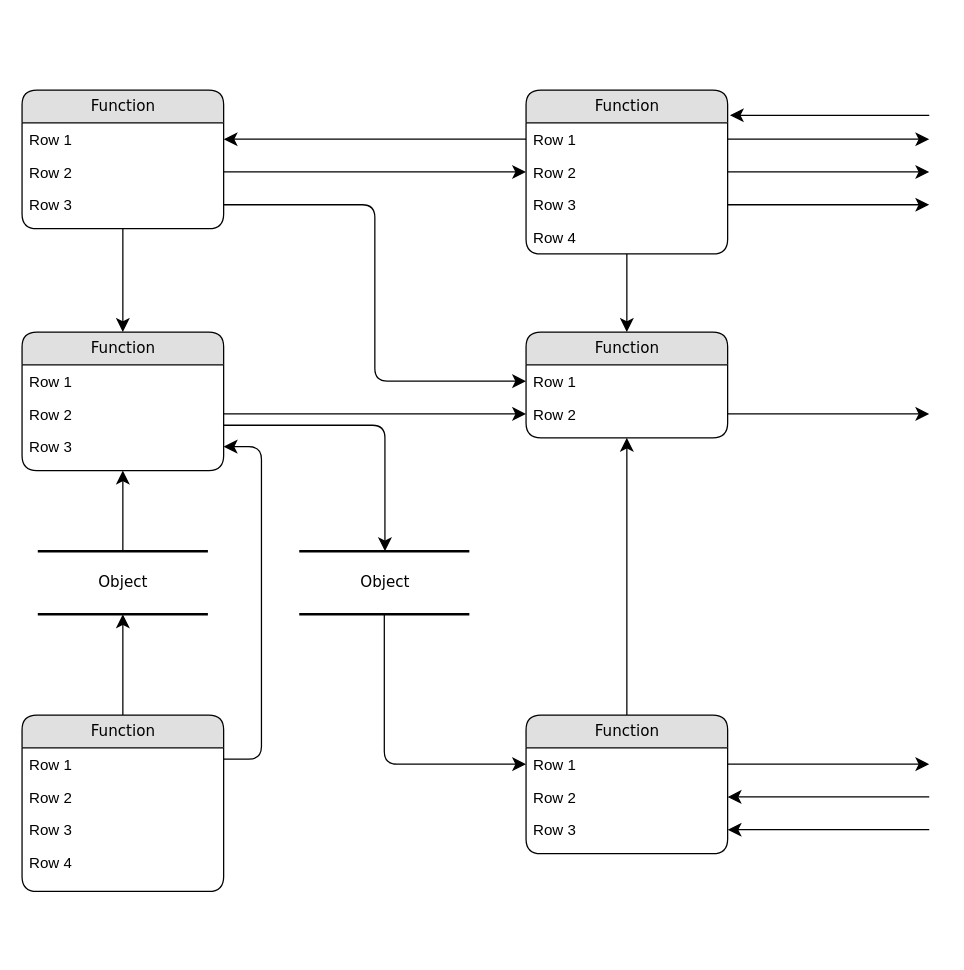
Before: Диаграмма без названия.drawio in Nurik-pilot/Data-Onlime, a draw.io diagram. Source tidied: cells renumbered, new cells numbered last; positions are measured from the earlier drawing's top-left corner, leaving out a move shared by most shapes. Both pictures are drawn from the tidied source at 126%, with x=0, y=0 at pixel (21, 89).
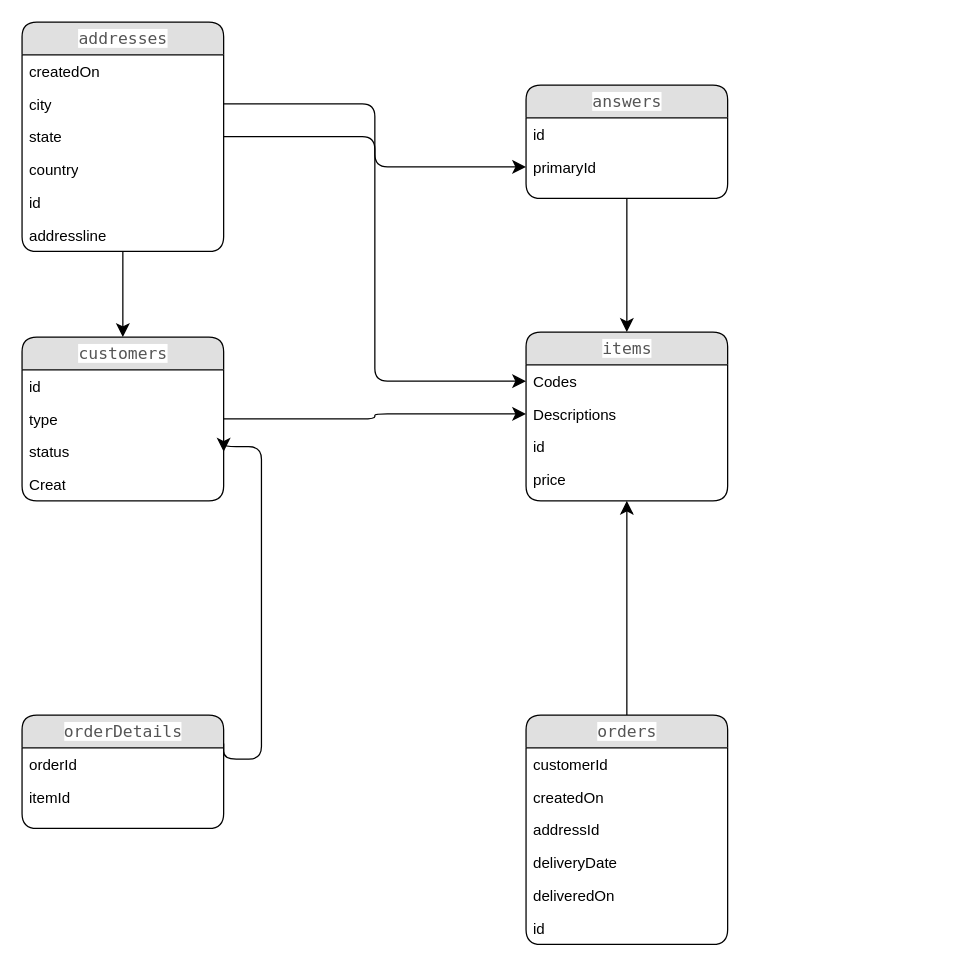
The same page after the edit.

What changed in the source:
```diff
@@
-    <mxCell id="2" value="Object" style="html=1;rounded=0;shadow=0;comic=0;labelBackgroundColor=none;strokeWidth=2;fontFamily=Verdana;fontSize=12;align=center;shape=mxgraph.ios7ui.horLines;" parent="1" vertex="1">
-      <mxGeometry x="12.5" y="366" width="135" height="50" as="geometry" />
-    </mxCell>
-    <mxCell id="3" value="Function" style="swimlane;html=1;fontStyle=0;horizontal=1;startSize=26;fillColor=#e0e0e0;swimlaneFillColor=#ffffff;align=center;rounded=1;shadow=0;comic=0;labelBackgroundColor=none;strokeWidth=1;fontFamily=Verdana;fontSize=12;" parent="1" vertex="1">
-      <mxGeometry width="160" height="110" as="geometry" />
+    <mxCell id="3" value="&lt;span style=&quot;color: rgb(85, 85, 85); font-family: Menlo, Monaco, Consolas, &amp;quot;Ubuntu Mono&amp;quot;, &amp;quot;Source Code Pro&amp;quot;, monospace; font-size: 13px; text-align: start; white-space: pre-wrap; background-color: rgb(255, 255, 255);&quot;&gt;addresses&lt;/span&gt;" style="swimlane;html=1;fontStyle=0;horizontal=1;startSize=26;fillColor=#e0e0e0;swimlaneFillColor=#ffffff;align=center;rounded=1;shadow=0;comic=0;labelBackgroundColor=none;strokeWidth=1;fontFamily=Verdana;fontSize=12;" parent="1" vertex="1">
+      <mxGeometry y="-54" width="160" height="182" as="geometry" />
     </mxCell>
-    <mxCell id="4" value="Row 1" style="text;html=1;strokeColor=none;fillColor=none;spacingLeft=4;spacingRight=4;whiteSpace=wrap;overflow=hidden;points=[[0,0.5],[1,0.5]];portConstraint=eastwest;" parent="3" vertex="1">
+    <mxCell id="4" value="createdOn" style="text;html=1;strokeColor=none;fillColor=none;spacingLeft=4;spacingRight=4;whiteSpace=wrap;overflow=hidden;points=[[0,0.5],[1,0.5]];portConstraint=eastwest;" parent="3" vertex="1">
       <mxGeometry y="26" width="160" height="26" as="geometry" />
     </mxCell>
-    <mxCell id="5" value="Row 2" style="text;html=1;strokeColor=none;fillColor=none;spacingLeft=4;spacingRight=4;whiteSpace=wrap;overflow=hidden;points=[[0,0.5],[1,0.5]];portConstraint=eastwest;" parent="3" vertex="1">
+    <mxCell id="5" value="city" style="text;html=1;strokeColor=none;fillColor=none;spacingLeft=4;spacingRight=4;whiteSpace=wrap;overflow=hidden;points=[[0,0.5],[1,0.5]];portConstraint=eastwest;" parent="3" vertex="1">
       <mxGeometry y="52" width="160" height="26" as="geometry" />
     </mxCell>
-    <mxCell id="6" value="Row 3" style="text;html=1;strokeColor=none;fillColor=none;spacingLeft=4;spacingRight=4;whiteSpace=wrap;overflow=hidden;points=[[0,0.5],[1,0.5]];portConstraint=eastwest;" parent="3" vertex="1">
+    <mxCell id="6" value="state" style="text;html=1;strokeColor=none;fillColor=none;spacingLeft=4;spacingRight=4;whiteSpace=wrap;overflow=hidden;points=[[0,0.5],[1,0.5]];portConstraint=eastwest;" parent="3" vertex="1">
       <mxGeometry y="78" width="160" height="26" as="geometry" />
     </mxCell>
+    <mxCell id="49" value="country" style="text;html=1;strokeColor=none;fillColor=none;spacingLeft=4;spacingRight=4;whiteSpace=wrap;overflow=hidden;" parent="3" vertex="1">
+      <mxGeometry y="104" width="160" height="26" as="geometry" />
+    </mxCell>
+    <mxCell id="50" value="id" style="text;html=1;strokeColor=none;fillColor=none;spacingLeft=4;spacingRight=4;whiteSpace=wrap;overflow=hidden;" parent="3" vertex="1">
+      <mxGeometry y="130" width="160" height="26" as="geometry" />
+    </mxCell>
+    <mxCell id="51" value="addressline" style="text;html=1;strokeColor=none;fillColor=none;spacingLeft=4;spacingRight=4;whiteSpace=wrap;overflow=hidden;" parent="3" vertex="1">
+      <mxGeometry y="156" width="160" height="26" as="geometry" />
+    </mxCell>
-    <mxCell id="7" value="Function" style="swimlane;html=1;fontStyle=0;horizontal=1;startSize=26;fillColor=#e0e0e0;swimlaneFillColor=#ffffff;align=center;rounded=1;shadow=0;comic=0;labelBackgroundColor=none;strokeWidth=1;fontFamily=Verdana;fontSize=12;" parent="1" vertex="1">
-      <mxGeometry x="400" width="160" height="130" as="geometry" />
+    <mxCell id="7" value="&lt;span style=&quot;color: rgb(85, 85, 85); font-family: Menlo, Monaco, Consolas, &amp;quot;Ubuntu Mono&amp;quot;, &amp;quot;Source Code Pro&amp;quot;, monospace; font-size: 13px; text-align: start; white-space: pre-wrap; background-color: rgb(255, 255, 255);&quot;&gt;answers&lt;/span&gt;" style="swimlane;html=1;fontStyle=0;horizontal=1;startSize=26;fillColor=#e0e0e0;swimlaneFillColor=#ffffff;align=center;rounded=1;shadow=0;comic=0;labelBackgroundColor=none;strokeWidth=1;fontFamily=Verdana;fontSize=12;" parent="1" vertex="1">
+      <mxGeometry x="400" y="-4" width="160" height="90" as="geometry" />
     </mxCell>
-    <mxCell id="8" value="Row 1" style="text;html=1;strokeColor=none;fillColor=none;spacingLeft=4;spacingRight=4;whiteSpace=wrap;overflow=hidden;points=[[0,0.5],[1,0.5]];portConstraint=eastwest;" parent="7" vertex="1">
+    <mxCell id="8" value="id" style="text;html=1;strokeColor=none;fillColor=none;spacingLeft=4;spacingRight=4;whiteSpace=wrap;overflow=hidden;points=[[0,0.5],[1,0.5]];portConstraint=eastwest;" parent="7" vertex="1">
       <mxGeometry y="26" width="160" height="26" as="geometry" />
     </mxCell>
-    <mxCell id="9" value="Row 2" style="text;html=1;strokeColor=none;fillColor=none;spacingLeft=4;spacingRight=4;whiteSpace=wrap;overflow=hidden;points=[[0,0.5],[1,0.5]];portConstraint=eastwest;" parent="7" vertex="1">
+    <mxCell id="9" value="primaryId" style="text;html=1;strokeColor=none;fillColor=none;spacingLeft=4;spacingRight=4;whiteSpace=wrap;overflow=hidden;points=[[0,0.5],[1,0.5]];portConstraint=eastwest;" parent="7" vertex="1">
       <mxGeometry y="52" width="160" height="26" as="geometry" />
     </mxCell>
-    <mxCell id="10" value="Row 3" style="text;html=1;strokeColor=none;fillColor=none;spacingLeft=4;spacingRight=4;whiteSpace=wrap;overflow=hidden;points=[[0,0.5],[1,0.5]];portConstraint=eastwest;" parent="7" vertex="1">
-      <mxGeometry y="78" width="160" height="26" as="geometry" />
-    </mxCell>
-    <mxCell id="11" value="Row 4" style="text;html=1;strokeColor=none;fillColor=none;spacingLeft=4;spacingRight=4;whiteSpace=wrap;overflow=hidden;" parent="7" vertex="1">
-      <mxGeometry y="104" width="160" height="26" as="geometry" />
-    </mxCell>
-    <mxCell id="12" value="Function" style="swimlane;html=1;fontStyle=0;horizontal=1;startSize=26;fillColor=#e0e0e0;swimlaneFillColor=#ffffff;align=center;rounded=1;shadow=0;comic=0;labelBackgroundColor=none;strokeWidth=1;fontFamily=Verdana;fontSize=12;" parent="1" vertex="1">
-      <mxGeometry y="192" width="160" height="110" as="geometry" />
+    <mxCell id="12" value="&lt;span style=&quot;color: rgb(85, 85, 85); font-family: Menlo, Monaco, Consolas, &amp;quot;Ubuntu Mono&amp;quot;, &amp;quot;Source Code Pro&amp;quot;, monospace; font-size: 13px; text-align: start; white-space: pre-wrap; background-color: rgb(255, 255, 255);&quot;&gt;customers&lt;/span&gt;" style="swimlane;html=1;fontStyle=0;horizontal=1;startSize=26;fillColor=#e0e0e0;swimlaneFillColor=#ffffff;align=center;rounded=1;shadow=0;comic=0;labelBackgroundColor=none;strokeWidth=1;fontFamily=Verdana;fontSize=12;" parent="1" vertex="1">
+      <mxGeometry y="196" width="160" height="130" as="geometry" />
     </mxCell>
-    <mxCell id="13" value="Row 1" style="text;html=1;strokeColor=none;fillColor=none;spacingLeft=4;spacingRight=4;whiteSpace=wrap;overflow=hidden;" parent="12" vertex="1">
+    <mxCell id="13" value="id" style="text;html=1;strokeColor=none;fillColor=none;spacingLeft=4;spacingRight=4;whiteSpace=wrap;overflow=hidden;" parent="12" vertex="1">
       <mxGeometry y="26" width="160" height="26" as="geometry" />
     </mxCell>
-    <mxCell id="14" value="Row 2" style="text;html=1;strokeColor=none;fillColor=none;spacingLeft=4;spacingRight=4;whiteSpace=wrap;overflow=hidden;points=[[0,0.5],[1,0.5]];portConstraint=eastwest;" parent="12" vertex="1">
+    <mxCell id="14" value="type" style="text;html=1;strokeColor=none;fillColor=none;spacingLeft=4;spacingRight=4;whiteSpace=wrap;overflow=hidden;points=[[0,0.5],[1,0.5]];portConstraint=eastwest;" parent="12" vertex="1">
       <mxGeometry y="52" width="160" height="26" as="geometry" />
     </mxCell>
-    <mxCell id="15" value="Row 3" style="text;html=1;strokeColor=none;fillColor=none;spacingLeft=4;spacingRight=4;whiteSpace=wrap;overflow=hidden;points=[[0,0.5],[1,0.5]];portConstraint=eastwest;" parent="12" vertex="1">
+    <mxCell id="15" value="status" style="text;html=1;strokeColor=none;fillColor=none;spacingLeft=4;spacingRight=4;whiteSpace=wrap;overflow=hidden;points=[[0,0.5],[1,0.5]];portConstraint=eastwest;" parent="12" vertex="1">
       <mxGeometry y="78" width="160" height="26" as="geometry" />
     </mxCell>
+    <mxCell id="52" value="Creat" style="text;html=1;strokeColor=none;fillColor=none;spacingLeft=4;spacingRight=4;whiteSpace=wrap;overflow=hidden;" parent="12" vertex="1">
+      <mxGeometry y="104" width="160" height="26" as="geometry" />
+    </mxCell>
-    <mxCell id="16" value="Function" style="swimlane;html=1;fontStyle=0;horizontal=1;startSize=26;fillColor=#e0e0e0;swimlaneFillColor=#ffffff;align=center;rounded=1;shadow=0;comic=0;labelBackgroundColor=none;strokeWidth=1;fontFamily=Verdana;fontSize=12;" parent="1" vertex="1">
-      <mxGeometry y="496" width="160" height="140" as="geometry" />
+    <mxCell id="16" value="&lt;span style=&quot;color: rgb(85, 85, 85); font-family: Menlo, Monaco, Consolas, &amp;quot;Ubuntu Mono&amp;quot;, &amp;quot;Source Code Pro&amp;quot;, monospace; font-size: 13px; text-align: start; white-space: pre-wrap; background-color: rgb(255, 255, 255);&quot;&gt;orderDetails&lt;/span&gt;" style="swimlane;html=1;fontStyle=0;horizontal=1;startSize=26;fillColor=#e0e0e0;swimlaneFillColor=#ffffff;align=center;rounded=1;shadow=0;comic=0;labelBackgroundColor=none;strokeWidth=1;fontFamily=Verdana;fontSize=12;" parent="1" vertex="1">
+      <mxGeometry y="496" width="160" height="90" as="geometry" />
     </mxCell>
-    <mxCell id="17" value="Row 1" style="text;html=1;strokeColor=none;fillColor=none;spacingLeft=4;spacingRight=4;whiteSpace=wrap;overflow=hidden;" parent="16" vertex="1">
+    <mxCell id="17" value="orderId" style="text;html=1;strokeColor=none;fillColor=none;spacingLeft=4;spacingRight=4;whiteSpace=wrap;overflow=hidden;" parent="16" vertex="1">
       <mxGeometry y="26" width="160" height="26" as="geometry" />
     </mxCell>
-    <mxCell id="18" value="Row 2" style="text;html=1;strokeColor=none;fillColor=none;spacingLeft=4;spacingRight=4;whiteSpace=wrap;overflow=hidden;" parent="16" vertex="1">
+    <mxCell id="18" value="itemId" style="text;html=1;strokeColor=none;fillColor=none;spacingLeft=4;spacingRight=4;whiteSpace=wrap;overflow=hidden;" parent="16" vertex="1">
       <mxGeometry y="52" width="160" height="26" as="geometry" />
     </mxCell>
-    <mxCell id="19" value="Row 3" style="text;html=1;strokeColor=none;fillColor=none;spacingLeft=4;spacingRight=4;whiteSpace=wrap;overflow=hidden;" parent="16" vertex="1">
-      <mxGeometry y="78" width="160" height="26" as="geometry" />
-    </mxCell>
-    <mxCell id="20" value="Row 4" style="text;html=1;strokeColor=none;fillColor=none;spacingLeft=4;spacingRight=4;whiteSpace=wrap;overflow=hidden;" parent="16" vertex="1">
-      <mxGeometry y="104" width="160" height="26" as="geometry" />
-    </mxCell>
-    <mxCell id="21" value="Function" style="swimlane;html=1;fontStyle=0;horizontal=1;startSize=26;fillColor=#e0e0e0;swimlaneFillColor=#ffffff;align=center;rounded=1;shadow=0;comic=0;labelBackgroundColor=none;strokeWidth=1;fontFamily=Verdana;fontSize=12;" parent="1" vertex="1">
-      <mxGeometry x="400" y="192" width="160" height="84" as="geometry" />
+    <mxCell id="21" value="&lt;span style=&quot;color: rgb(85, 85, 85); font-family: Menlo, Monaco, Consolas, &amp;quot;Ubuntu Mono&amp;quot;, &amp;quot;Source Code Pro&amp;quot;, monospace; font-size: 13px; text-align: start; white-space: pre-wrap; background-color: rgb(255, 255, 255);&quot;&gt;items&lt;/span&gt;" style="swimlane;html=1;fontStyle=0;horizontal=1;startSize=26;fillColor=#e0e0e0;swimlaneFillColor=#ffffff;align=center;rounded=1;shadow=0;comic=0;labelBackgroundColor=none;strokeWidth=1;fontFamily=Verdana;fontSize=12;" parent="1" vertex="1">
+      <mxGeometry x="400" y="192" width="160" height="134" as="geometry" />
     </mxCell>
-    <mxCell id="22" value="Row 1" style="text;html=1;strokeColor=none;fillColor=none;spacingLeft=4;spacingRight=4;whiteSpace=wrap;overflow=hidden;points=[[0,0.5],[1,0.5]];portConstraint=eastwest;" parent="21" vertex="1">
+    <mxCell id="22" value="Codes" style="text;html=1;strokeColor=none;fillColor=none;spacingLeft=4;spacingRight=4;whiteSpace=wrap;overflow=hidden;points=[[0,0.5],[1,0.5]];portConstraint=eastwest;" parent="21" vertex="1">
       <mxGeometry y="26" width="160" height="26" as="geometry" />
     </mxCell>
-    <mxCell id="23" value="Row 2" style="text;html=1;strokeColor=none;fillColor=none;spacingLeft=4;spacingRight=4;whiteSpace=wrap;overflow=hidden;points=[[0,0.5],[1,0.5]];portConstraint=eastwest;" parent="21" vertex="1">
+    <mxCell id="23" value="Descriptions" style="text;html=1;strokeColor=none;fillColor=none;spacingLeft=4;spacingRight=4;whiteSpace=wrap;overflow=hidden;points=[[0,0.5],[1,0.5]];portConstraint=eastwest;" parent="21" vertex="1">
       <mxGeometry y="52" width="160" height="26" as="geometry" />
     </mxCell>
+    <mxCell id="53" value="id" style="text;html=1;strokeColor=none;fillColor=none;spacingLeft=4;spacingRight=4;whiteSpace=wrap;overflow=hidden;" parent="21" vertex="1">
+      <mxGeometry y="78" width="160" height="26" as="geometry" />
+    </mxCell>
+    <mxCell id="54" value="price" style="text;html=1;strokeColor=none;fillColor=none;spacingLeft=4;spacingRight=4;whiteSpace=wrap;overflow=hidden;" parent="21" vertex="1">
+      <mxGeometry y="104" width="160" height="26" as="geometry" />
+    </mxCell>
-    <mxCell id="24" value="Function" style="swimlane;html=1;fontStyle=0;horizontal=1;startSize=26;fillColor=#e0e0e0;swimlaneFillColor=#ffffff;align=center;rounded=1;shadow=0;comic=0;labelBackgroundColor=none;strokeWidth=1;fontFamily=Verdana;fontSize=12;" parent="1" vertex="1">
-      <mxGeometry x="400" y="496" width="160" height="110" as="geometry" />
+    <mxCell id="24" value="&lt;span style=&quot;color: rgb(85, 85, 85); font-family: Menlo, Monaco, Consolas, &amp;quot;Ubuntu Mono&amp;quot;, &amp;quot;Source Code Pro&amp;quot;, monospace; font-size: 13px; text-align: start; white-space: pre-wrap; background-color: rgb(255, 255, 255);&quot;&gt;orders&lt;/span&gt;" style="swimlane;html=1;fontStyle=0;horizontal=1;startSize=26;fillColor=#e0e0e0;swimlaneFillColor=#ffffff;align=center;rounded=1;shadow=0;comic=0;labelBackgroundColor=none;strokeWidth=1;fontFamily=Verdana;fontSize=12;" parent="1" vertex="1">
+      <mxGeometry x="400" y="496" width="160" height="182" as="geometry" />
     </mxCell>
-    <mxCell id="25" value="Row 1" style="text;html=1;strokeColor=none;fillColor=none;spacingLeft=4;spacingRight=4;whiteSpace=wrap;overflow=hidden;points=[[0,0.5],[1,0.5]];portConstraint=eastwest;" parent="24" vertex="1">
+    <mxCell id="25" value="customerId" style="text;html=1;strokeColor=none;fillColor=none;spacingLeft=4;spacingRight=4;whiteSpace=wrap;overflow=hidden;points=[[0,0.5],[1,0.5]];portConstraint=eastwest;" parent="24" vertex="1">
       <mxGeometry y="26" width="160" height="26" as="geometry" />
     </mxCell>
-    <mxCell id="26" value="Row 2" style="text;html=1;strokeColor=none;fillColor=none;spacingLeft=4;spacingRight=4;whiteSpace=wrap;overflow=hidden;points=[[0,0.5],[1,0.5]];portConstraint=eastwest;" parent="24" vertex="1">
+    <mxCell id="26" value="createdOn" style="text;html=1;strokeColor=none;fillColor=none;spacingLeft=4;spacingRight=4;whiteSpace=wrap;overflow=hidden;points=[[0,0.5],[1,0.5]];portConstraint=eastwest;" parent="24" vertex="1">
       <mxGeometry y="52" width="160" height="26" as="geometry" />
     </mxCell>
-    <mxCell id="27" value="Row 3" style="text;html=1;strokeColor=none;fillColor=none;spacingLeft=4;spacingRight=4;whiteSpace=wrap;overflow=hidden;points=[[0,0.5],[1,0.5]];portConstraint=eastwest;" parent="24" vertex="1">
+    <mxCell id="27" value="addressId" style="text;html=1;strokeColor=none;fillColor=none;spacingLeft=4;spacingRight=4;whiteSpace=wrap;overflow=hidden;points=[[0,0.5],[1,0.5]];portConstraint=eastwest;" parent="24" vertex="1">
       <mxGeometry y="78" width="160" height="26" as="geometry" />
     </mxCell>
-    <mxCell id="28" value="Object" style="html=1;rounded=0;shadow=0;comic=0;labelBackgroundColor=none;strokeWidth=2;fontFamily=Verdana;fontSize=12;align=center;shape=mxgraph.ios7ui.horLines;" parent="1" vertex="1">
-      <mxGeometry x="220" y="366" width="135" height="50" as="geometry" />
-    </mxCell>
-    <mxCell id="29" style="edgeStyle=none;html=1;labelBackgroundColor=none;startFill=0;startSize=8;endFill=1;endSize=8;fontFamily=Verdana;fontSize=12;" parent="1" edge="1" source="16" target="2">
-      <mxGeometry relative="1" as="geometry" />
-    </mxCell>
-    <mxCell id="30" style="edgeStyle=none;html=1;labelBackgroundColor=none;startFill=0;startSize=8;endFill=1;endSize=8;fontFamily=Verdana;fontSize=12;" parent="1" edge="1" source="2" target="12">
-      <mxGeometry relative="1" as="geometry" />
-    </mxCell>
+    <mxCell id="55" value="deliveryDate" style="text;html=1;strokeColor=none;fillColor=none;spacingLeft=4;spacingRight=4;whiteSpace=wrap;overflow=hidden;" parent="24" vertex="1">
+      <mxGeometry y="104" width="160" height="26" as="geometry" />
+    </mxCell>
+    <mxCell id="56" value="deliveredOn" style="text;html=1;strokeColor=none;fillColor=none;spacingLeft=4;spacingRight=4;whiteSpace=wrap;overflow=hidden;" parent="24" vertex="1">
+      <mxGeometry y="130" width="160" height="26" as="geometry" />
+    </mxCell>
+    <mxCell id="57" value="id" style="text;html=1;strokeColor=none;fillColor=none;spacingLeft=4;spacingRight=4;whiteSpace=wrap;overflow=hidden;" parent="24" vertex="1">
+      <mxGeometry y="156" width="160" height="26" as="geometry" />
+    </mxCell>
@@
-    <mxCell id="32" style="edgeStyle=orthogonalEdgeStyle;html=1;labelBackgroundColor=none;startFill=0;startSize=8;endFill=1;endSize=8;fontFamily=Verdana;fontSize=12;" parent="1" edge="1" source="28" target="25">
-      <mxGeometry x="-0.13" y="32" relative="1" as="geometry" />
-    </mxCell>
-    <mxCell id="33" style="edgeStyle=orthogonalEdgeStyle;html=1;labelBackgroundColor=none;startFill=0;startSize=8;endFill=1;endSize=8;fontFamily=Verdana;fontSize=12;" parent="1" edge="1" source="12" target="28">
-      <mxGeometry relative="1" as="geometry">
-        <Array as="points">
-          <mxPoint x="288" y="266" />
-        </Array>
-      </mxGeometry>
-    </mxCell>
@@
-    <mxCell id="38" style="edgeStyle=orthogonalEdgeStyle;html=1;exitX=0;exitY=0.5;entryX=1;entryY=0.5;labelBackgroundColor=none;startFill=0;startSize=8;endFill=1;endSize=8;fontFamily=Verdana;fontSize=12;" parent="1" edge="1" source="8" target="4">
-      <mxGeometry relative="1" as="geometry" />
-    </mxCell>
@@
-    <mxCell id="41" style="edgeStyle=orthogonalEdgeStyle;html=1;labelBackgroundColor=none;startFill=0;startSize=8;endFill=1;endSize=8;fontFamily=Verdana;fontSize=12;" parent="1" edge="1" source="23">
-      <mxGeometry relative="1" as="geometry">
-        <mxPoint x="720" y="257" as="targetPoint" />
-      </mxGeometry>
-    </mxCell>
-    <mxCell id="42" style="edgeStyle=orthogonalEdgeStyle;html=1;exitX=1;exitY=0.5;labelBackgroundColor=none;startFill=0;startSize=8;endFill=1;endSize=8;fontFamily=Verdana;fontSize=12;" parent="1" edge="1" source="25">
-      <mxGeometry relative="1" as="geometry">
-        <mxPoint x="720" y="535" as="targetPoint" />
-      </mxGeometry>
-    </mxCell>
-    <mxCell id="43" style="edgeStyle=orthogonalEdgeStyle;html=1;labelBackgroundColor=none;startFill=0;startSize=8;endFill=1;endSize=8;fontFamily=Verdana;fontSize=12;entryX=1;entryY=0.5;" parent="1" edge="1" target="26">
-      <mxGeometry relative="1" as="geometry">
-        <mxPoint x="720" y="561" as="sourcePoint" />
-        <Array as="points">
-          <mxPoint x="720" y="561" />
-        </Array>
-      </mxGeometry>
-    </mxCell>
-    <mxCell id="44" style="edgeStyle=orthogonalEdgeStyle;html=1;labelBackgroundColor=none;startFill=0;startSize=8;endFill=1;endSize=8;fontFamily=Verdana;fontSize=12;entryX=1;entryY=0.5;" parent="1" edge="1" target="27">
-      <mxGeometry relative="1" as="geometry">
-        <mxPoint x="720" y="587" as="sourcePoint" />
-        <Array as="points">
-          <mxPoint x="640" y="587" />
-          <mxPoint x="640" y="587" />
-        </Array>
-      </mxGeometry>
-    </mxCell>
-    <mxCell id="45" style="edgeStyle=orthogonalEdgeStyle;html=1;exitX=1;exitY=0.5;labelBackgroundColor=none;startFill=0;startSize=8;endFill=1;endSize=8;fontFamily=Verdana;fontSize=12;" parent="1" edge="1" source="8">
-      <mxGeometry relative="1" as="geometry">
-        <mxPoint x="720" y="39" as="targetPoint" />
-      </mxGeometry>
-    </mxCell>
-    <mxCell id="46" style="edgeStyle=orthogonalEdgeStyle;html=1;exitX=1;exitY=0.5;labelBackgroundColor=none;startFill=0;startSize=8;endFill=1;endSize=8;fontFamily=Verdana;fontSize=12;" parent="1" edge="1" source="9">
-      <mxGeometry relative="1" as="geometry">
-        <mxPoint x="720" y="65" as="targetPoint" />
-      </mxGeometry>
-    </mxCell>
-    <mxCell id="47" style="edgeStyle=orthogonalEdgeStyle;html=1;exitX=1;exitY=0.5;labelBackgroundColor=none;startFill=0;startSize=8;endFill=1;endSize=8;fontFamily=Verdana;fontSize=12;" parent="1" edge="1" source="10">
-      <mxGeometry relative="1" as="geometry">
-        <mxPoint x="720" y="91" as="targetPoint" />
-      </mxGeometry>
-    </mxCell>
-    <mxCell id="48" style="edgeStyle=elbowEdgeStyle;html=1;labelBackgroundColor=none;startFill=0;startSize=8;endFill=1;endSize=8;fontFamily=Verdana;fontSize=12;elbow=vertical;entryX=1.011;entryY=0.152;entryPerimeter=0;" parent="1" edge="1" target="7">
-      <mxGeometry relative="1" as="geometry">
-        <mxPoint x="720" y="20" as="sourcePoint" />
-        <Array as="points">
-          <mxPoint x="650" y="20" />
-        </Array>
-      </mxGeometry>
-    </mxCell>
```
